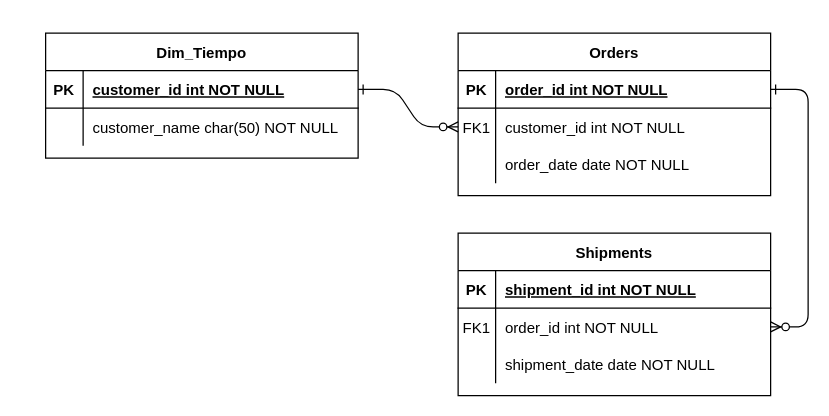
The draw.io diagram Diagrama sin título.drawio in JonhNino/Book-s, before the edit. Source tidied: cells renumbered, new cells numbered last; positions are measured from the earlier drawing's top-left corner, leaving out a move shared by most shapes. Both pictures are drawn from the tidied source at 125%, with x=0, y=0 at pixel (45, 32).
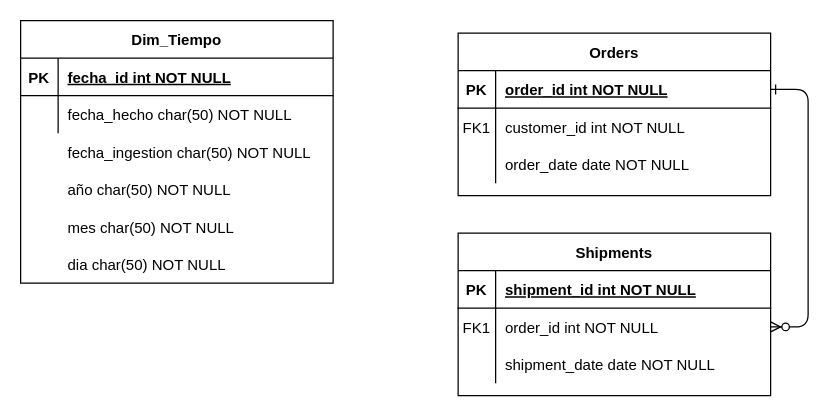
The same diagram, later.

Unchanged cells that the change refers to:
```xml
<mxCell id="8" style="shape=partialRectangle;fillColor=none;points=[[0,0.5],[1,0.5]];portConstraint=eastwest;top=0;left=0;right=0;bottom=0;" parent="4" vertex="1">
  <mxGeometry y="60" width="250" height="30" as="geometry" />
</mxCell>
<mxCell id="25" style="shape=partialRectangle;fillColor=none;points=[[0,0.5],[1,0.5]];portConstraint=eastwest;top=0;left=0;right=0;bottom=1;" parent="24" vertex="1">
  <mxGeometry y="30" width="250" height="30" as="geometry" />
</mxCell>
<mxCell id="28" style="shape=partialRectangle;fillColor=none;top=0;left=0;right=0;bottom=0;" parent="24" vertex="1">
  <mxGeometry y="60" width="250" height="30" as="geometry" />
</mxCell>
```

The edit, as a diff of the source:
```diff
@@
-    <mxCell id="2" style="edgeStyle=entityRelationEdgeStyle;endArrow=ERzeroToMany;startArrow=ERone;endFill=1;startFill=0;" parent="1" edge="1" source="25" target="8">
-      <mxGeometry relative="1" as="geometry" />
-    </mxCell>
@@
     <mxCell id="24" value="Dim_Tiempo" style="shape=table;startSize=30;childLayout=tableLayout;rowLines=0;fontStyle=1;align=center;" parent="1" vertex="1">
-      <mxGeometry width="250" height="100" as="geometry" />
+      <mxGeometry x="-20" y="-10" width="250" height="210" as="geometry" />
     </mxCell>
@@
-    <mxCell id="27" value="customer_id int NOT NULL " style="shape=partialRectangle;overflow=hidden;fillColor=none;top=0;left=0;bottom=0;right=0;align=left;spacingLeft=6;fontStyle=5;" parent="25" vertex="1">
+    <mxCell id="27" value="fecha_id int NOT NULL " style="shape=partialRectangle;overflow=hidden;fillColor=none;top=0;left=0;bottom=0;right=0;align=left;spacingLeft=6;fontStyle=5;" parent="25" vertex="1">
       <mxGeometry x="30" width="220" height="30" as="geometry" />
     </mxCell>
@@
-    <mxCell id="30" value="customer_name char(50) NOT NULL" style="shape=partialRectangle;overflow=hidden;fillColor=none;top=0;left=0;bottom=0;right=0;align=left;spacingLeft=6;" parent="28" vertex="1">
+    <mxCell id="30" value="fecha_hecho char(50) NOT NULL" style="shape=partialRectangle;overflow=hidden;fillColor=none;top=0;left=0;bottom=0;right=0;align=left;spacingLeft=6;" parent="28" vertex="1">
       <mxGeometry x="30" width="220" height="30" as="geometry" />
     </mxCell>
+    <mxCell id="31" value="fecha_ingestion char(50) NOT NULL" style="shape=partialRectangle;overflow=hidden;fillColor=none;top=0;left=0;bottom=0;right=0;align=left;spacingLeft=6;" parent="1" vertex="1">
+      <mxGeometry x="10" y="80" width="220" height="30" as="geometry" />
+    </mxCell>
+    <mxCell id="32" value="año char(50) NOT NULL" style="shape=partialRectangle;overflow=hidden;fillColor=none;top=0;left=0;bottom=0;right=0;align=left;spacingLeft=6;" parent="1" vertex="1">
+      <mxGeometry x="10" y="110" width="220" height="30" as="geometry" />
+    </mxCell>
+    <mxCell id="33" value="mes char(50) NOT NULL" style="shape=partialRectangle;overflow=hidden;fillColor=none;top=0;left=0;bottom=0;right=0;align=left;spacingLeft=6;" parent="1" vertex="1">
+      <mxGeometry x="10" y="140" width="220" height="30" as="geometry" />
+    </mxCell>
+    <mxCell id="34" value="dia char(50) NOT NULL" style="shape=partialRectangle;overflow=hidden;fillColor=none;top=0;left=0;bottom=0;right=0;align=left;spacingLeft=6;" parent="1" vertex="1">
+      <mxGeometry x="10" y="170" width="220" height="30" as="geometry" />
+    </mxCell>
```
